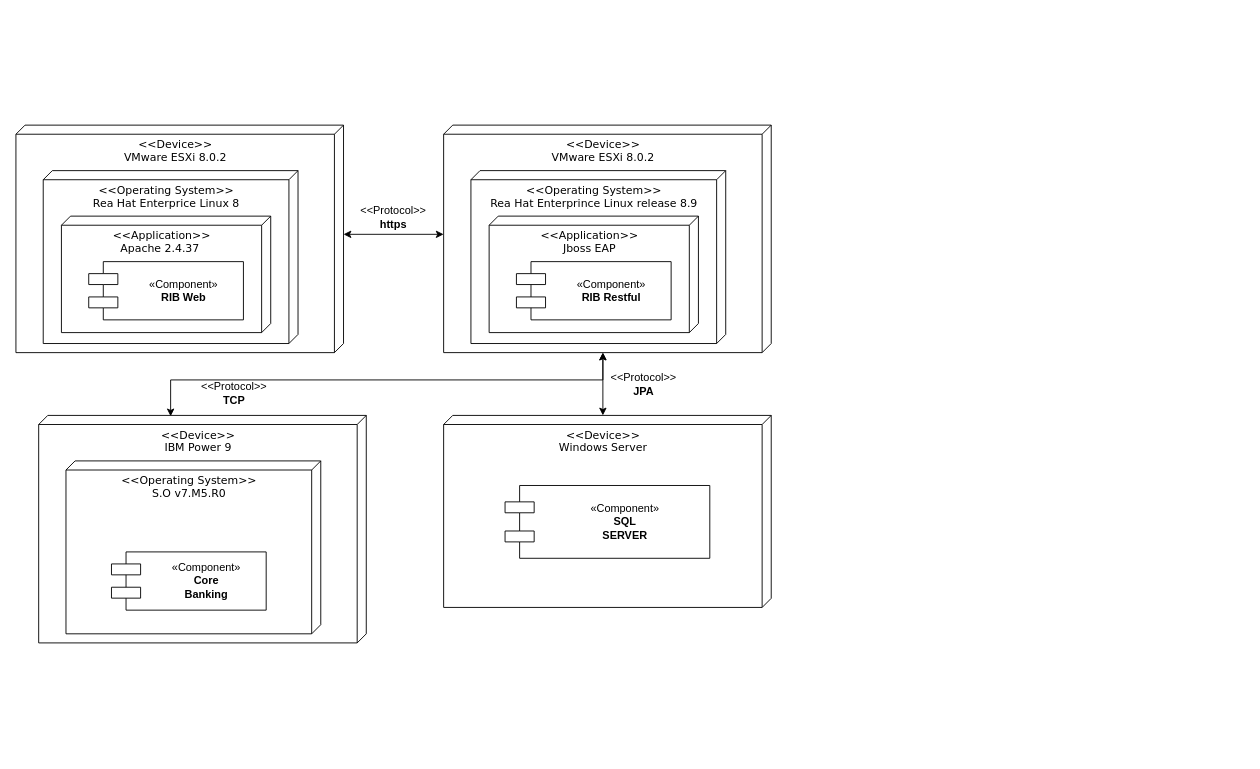
Above: DiagramaDespliegue.drawio in GonzaloDavid/diagramas (draw.io), before the change. Source tidied: cells renumbered, new cells numbered last; positions are measured from the earlier drawing's top-left corner, leaving out a move shared by most shapes. Both pictures are drawn from the tidied source at 91%, with x=0, y=0 at pixel (15, 125).
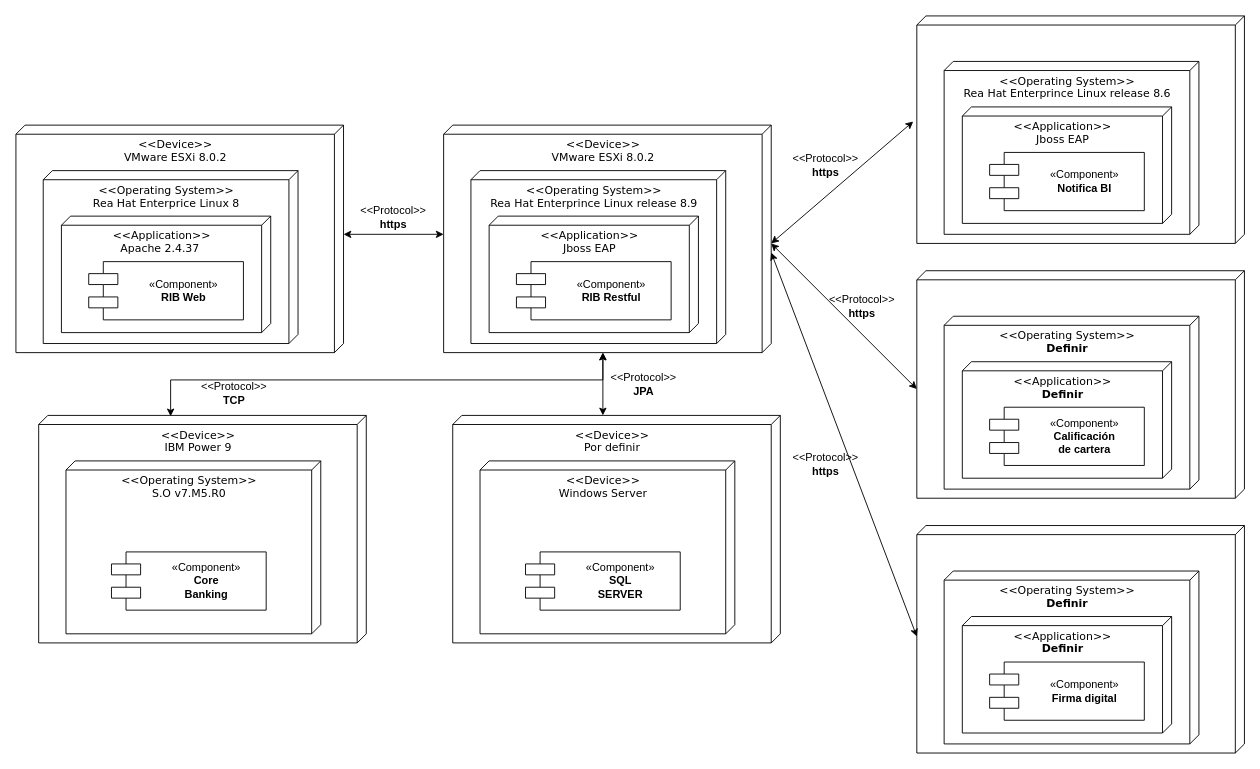
Above is the later version.

Unchanged cells that the change refers to:
```xml
<mxCell id="6" value="&amp;lt;&amp;lt;Device&amp;gt;&amp;gt;&lt;div&gt;VMware ESXi 8.0.2&lt;/div&gt;" style="verticalAlign=top;align=center;spacingTop=8;spacingLeft=2;spacingRight=12;shape=cube;size=10;direction=south;fontStyle=0;html=1;rounded=0;shadow=0;comic=0;labelBackgroundColor=none;strokeWidth=1;fontFamily=Verdana;fontSize=12;" parent="1" vertex="1">
  <mxGeometry x="470" width="360" height="250" as="geometry" />
</mxCell>
```

Diff of the diagram source:
```diff
@@
-    <mxCell id="10" value="&amp;lt;&amp;lt;Device&amp;gt;&amp;gt;&lt;div&gt;Windows Server&lt;/div&gt;" style="verticalAlign=top;align=center;spacingTop=8;spacingLeft=2;spacingRight=12;shape=cube;size=10;direction=south;fontStyle=0;html=1;rounded=0;shadow=0;comic=0;labelBackgroundColor=none;strokeWidth=1;fontFamily=Verdana;fontSize=12;" parent="1" vertex="1">
-      <mxGeometry x="470" y="319" width="360" height="211" as="geometry" />
-    </mxCell>
-    <mxCell id="11" value="&lt;div style=&quot;&quot;&gt;&lt;span style=&quot;font-family: Helvetica; text-wrap: wrap; background-color: initial;&quot;&gt;«Component»&lt;/span&gt;&lt;/div&gt;&lt;b style=&quot;font-family: Helvetica; text-wrap: wrap;&quot;&gt;&lt;div style=&quot;&quot;&gt;SQL SERVER&lt;/div&gt;&lt;/b&gt;" style="shape=component;align=center;spacingLeft=37;rounded=0;shadow=0;comic=0;labelBackgroundColor=none;strokeWidth=1;fontFamily=Verdana;fontSize=12;html=1;verticalAlign=middle;" parent="1" vertex="1">
-      <mxGeometry x="537.5" y="396" width="225" height="80" as="geometry" />
-    </mxCell>
@@
+    <mxCell id="21" value="&amp;lt;&amp;lt;Device&amp;gt;&amp;gt;&lt;div&gt;Por definir&lt;/div&gt;" style="verticalAlign=top;align=center;spacingTop=8;spacingLeft=2;spacingRight=12;shape=cube;size=10;direction=south;fontStyle=0;html=1;rounded=0;shadow=0;comic=0;labelBackgroundColor=none;strokeWidth=1;fontFamily=Verdana;fontSize=12;" parent="1" vertex="1">
+      <mxGeometry x="480" y="319" width="360" height="250" as="geometry" />
+    </mxCell>
+    <mxCell id="10" value="&amp;lt;&amp;lt;Device&amp;gt;&amp;gt;&lt;div&gt;Windows Server&lt;/div&gt;" style="verticalAlign=top;align=center;spacingTop=8;spacingLeft=2;spacingRight=12;shape=cube;size=10;direction=south;fontStyle=0;html=1;rounded=0;shadow=0;comic=0;labelBackgroundColor=none;strokeWidth=1;fontFamily=Verdana;fontSize=12;" parent="1" vertex="1">
+      <mxGeometry x="510" y="369" width="280" height="190" as="geometry" />
+    </mxCell>
+    <mxCell id="11" value="&lt;div style=&quot;&quot;&gt;&lt;div&gt;&lt;span style=&quot;font-family: Helvetica; text-wrap: wrap; background-color: initial;&quot;&gt;«Component»&lt;/span&gt;&lt;/div&gt;&lt;b style=&quot;text-wrap: wrap; font-family: Helvetica;&quot;&gt;SQL SERVER&lt;/b&gt;&lt;/div&gt;" style="shape=component;align=center;spacingLeft=37;rounded=0;shadow=0;comic=0;labelBackgroundColor=none;strokeWidth=1;fontFamily=Verdana;fontSize=12;html=1;verticalAlign=middle;" parent="1" vertex="1">
+      <mxGeometry x="560" y="469" width="170" height="64" as="geometry" />
+    </mxCell>
+    <mxCell id="22" style="verticalAlign=top;align=center;spacingTop=8;spacingLeft=2;spacingRight=12;shape=cube;size=10;direction=south;fontStyle=0;html=1;rounded=0;shadow=0;comic=0;labelBackgroundColor=none;strokeWidth=1;fontFamily=Verdana;fontSize=12;" parent="1" vertex="1">
+      <mxGeometry x="990" y="-120" width="360" height="250" as="geometry" />
+    </mxCell>
+    <mxCell id="23" value="&amp;lt;&amp;lt;Operating System&amp;gt;&amp;gt;&lt;div&gt;Rea Hat Enterprince Linux release 8.6&lt;/div&gt;" style="verticalAlign=top;align=center;spacingTop=8;spacingLeft=2;spacingRight=12;shape=cube;size=10;direction=south;fontStyle=0;html=1;rounded=0;shadow=0;comic=0;labelBackgroundColor=none;strokeWidth=1;fontFamily=Verdana;fontSize=12;" parent="1" vertex="1">
+      <mxGeometry x="1020" y="-70" width="280" height="190" as="geometry" />
+    </mxCell>
+    <mxCell id="24" value="&lt;div&gt;&amp;lt;&amp;lt;Application&amp;gt;&amp;gt;&lt;/div&gt;Jboss EAP" style="verticalAlign=top;align=center;spacingTop=8;spacingLeft=2;spacingRight=12;shape=cube;size=10;direction=south;fontStyle=0;html=1;rounded=0;shadow=0;comic=0;labelBackgroundColor=none;strokeWidth=1;fontFamily=Verdana;fontSize=12;" parent="1" vertex="1">
+      <mxGeometry x="1040" y="-20" width="230" height="128" as="geometry" />
+    </mxCell>
+    <mxCell id="25" value="&lt;div style=&quot;&quot;&gt;&lt;span style=&quot;font-family: Helvetica; text-wrap: wrap; background-color: initial;&quot;&gt;«Component»&lt;/span&gt;&lt;/div&gt;&lt;b style=&quot;font-family: Helvetica; text-wrap: wrap;&quot;&gt;&lt;div style=&quot;&quot;&gt;Notifica BI&lt;/div&gt;&lt;/b&gt;" style="shape=component;align=center;spacingLeft=37;rounded=0;shadow=0;comic=0;labelBackgroundColor=none;strokeWidth=1;fontFamily=Verdana;fontSize=12;html=1;verticalAlign=middle;" parent="1" vertex="1">
+      <mxGeometry x="1070" y="30" width="170" height="64" as="geometry" />
+    </mxCell>
+    <mxCell id="26" style="verticalAlign=top;align=center;spacingTop=8;spacingLeft=2;spacingRight=12;shape=cube;size=10;direction=south;fontStyle=0;html=1;rounded=0;shadow=0;comic=0;labelBackgroundColor=none;strokeWidth=1;fontFamily=Verdana;fontSize=12;" parent="1" vertex="1">
+      <mxGeometry x="990" y="160" width="360" height="250" as="geometry" />
+    </mxCell>
+    <mxCell id="27" value="&amp;lt;&amp;lt;Operating System&amp;gt;&amp;gt;&lt;div&gt;&lt;b&gt;Definir&lt;/b&gt;&lt;/div&gt;" style="verticalAlign=top;align=center;spacingTop=8;spacingLeft=2;spacingRight=12;shape=cube;size=10;direction=south;fontStyle=0;html=1;rounded=0;shadow=0;comic=0;labelBackgroundColor=none;strokeWidth=1;fontFamily=Verdana;fontSize=12;" parent="1" vertex="1">
+      <mxGeometry x="1020" y="210" width="280" height="190" as="geometry" />
+    </mxCell>
+    <mxCell id="28" value="&lt;div&gt;&amp;lt;&amp;lt;Application&amp;gt;&amp;gt;&lt;/div&gt;&lt;div&gt;&lt;b&gt;Definir&lt;/b&gt;&lt;/div&gt;" style="verticalAlign=top;align=center;spacingTop=8;spacingLeft=2;spacingRight=12;shape=cube;size=10;direction=south;fontStyle=0;html=1;rounded=0;shadow=0;comic=0;labelBackgroundColor=none;strokeWidth=1;fontFamily=Verdana;fontSize=12;" parent="1" vertex="1">
+      <mxGeometry x="1040" y="260" width="230" height="128" as="geometry" />
+    </mxCell>
+    <mxCell id="29" value="&lt;div style=&quot;&quot;&gt;&lt;span style=&quot;font-family: Helvetica; text-wrap: wrap; background-color: initial;&quot;&gt;«Component»&lt;/span&gt;&lt;/div&gt;&lt;b style=&quot;font-family: Helvetica; text-wrap: wrap;&quot;&gt;&lt;div style=&quot;&quot;&gt;Calificación de cartera&lt;/div&gt;&lt;/b&gt;" style="shape=component;align=center;spacingLeft=37;rounded=0;shadow=0;comic=0;labelBackgroundColor=none;strokeWidth=1;fontFamily=Verdana;fontSize=12;html=1;verticalAlign=middle;" parent="1" vertex="1">
+      <mxGeometry x="1070" y="310" width="170" height="64" as="geometry" />
+    </mxCell>
+    <mxCell id="30" style="verticalAlign=top;align=center;spacingTop=8;spacingLeft=2;spacingRight=12;shape=cube;size=10;direction=south;fontStyle=0;html=1;rounded=0;shadow=0;comic=0;labelBackgroundColor=none;strokeWidth=1;fontFamily=Verdana;fontSize=12;" parent="1" vertex="1">
+      <mxGeometry x="990" y="440" width="360" height="250" as="geometry" />
+    </mxCell>
+    <mxCell id="31" value="&amp;lt;&amp;lt;Operating System&amp;gt;&amp;gt;&lt;div&gt;&lt;b&gt;Definir&lt;/b&gt;&lt;/div&gt;" style="verticalAlign=top;align=center;spacingTop=8;spacingLeft=2;spacingRight=12;shape=cube;size=10;direction=south;fontStyle=0;html=1;rounded=0;shadow=0;comic=0;labelBackgroundColor=none;strokeWidth=1;fontFamily=Verdana;fontSize=12;" parent="1" vertex="1">
+      <mxGeometry x="1020" y="490" width="280" height="190" as="geometry" />
+    </mxCell>
+    <mxCell id="32" value="&lt;div&gt;&amp;lt;&amp;lt;Application&amp;gt;&amp;gt;&lt;/div&gt;&lt;div&gt;&lt;b&gt;Definir&lt;/b&gt;&lt;/div&gt;" style="verticalAlign=top;align=center;spacingTop=8;spacingLeft=2;spacingRight=12;shape=cube;size=10;direction=south;fontStyle=0;html=1;rounded=0;shadow=0;comic=0;labelBackgroundColor=none;strokeWidth=1;fontFamily=Verdana;fontSize=12;" parent="1" vertex="1">
+      <mxGeometry x="1040" y="540" width="230" height="128" as="geometry" />
+    </mxCell>
+    <mxCell id="33" value="&lt;div style=&quot;&quot;&gt;&lt;span style=&quot;font-family: Helvetica; text-wrap: wrap; background-color: initial;&quot;&gt;«Component»&lt;/span&gt;&lt;/div&gt;&lt;b style=&quot;font-family: Helvetica; text-wrap: wrap;&quot;&gt;&lt;div style=&quot;&quot;&gt;Firma digital&lt;/div&gt;&lt;/b&gt;" style="shape=component;align=center;spacingLeft=37;rounded=0;shadow=0;comic=0;labelBackgroundColor=none;strokeWidth=1;fontFamily=Verdana;fontSize=12;html=1;verticalAlign=middle;" parent="1" vertex="1">
+      <mxGeometry x="1070" y="590" width="170" height="64" as="geometry" />
+    </mxCell>
+    <mxCell id="34" style="endArrow=classic;startArrow=classic;html=1;rounded=0;exitX=0.52;exitY=0;exitDx=0;exitDy=0;exitPerimeter=0;entryX=0.464;entryY=1.011;entryDx=0;entryDy=0;entryPerimeter=0;" parent="1" edge="1" source="6" target="22">
+      <mxGeometry relative="1" as="geometry" />
+    </mxCell>
+    <mxCell id="35" style="endArrow=classic;startArrow=classic;html=1;rounded=0;entryX=0;entryY=0;entryDx=130;entryDy=360;entryPerimeter=0;" parent="1" edge="1" target="26">
+      <mxGeometry relative="1" as="geometry">
+        <mxPoint x="830" y="130" as="sourcePoint" />
+      </mxGeometry>
+    </mxCell>
+    <mxCell id="36" style="endArrow=classic;startArrow=classic;html=1;rounded=0;entryX=0.488;entryY=1;entryDx=0;entryDy=0;entryPerimeter=0;" parent="1" edge="1" target="30">
+      <mxGeometry relative="1" as="geometry">
+        <mxPoint x="830" y="140" as="sourcePoint" />
+      </mxGeometry>
+    </mxCell>
+    <mxCell id="37" value="&amp;lt;&amp;lt;Protocol&amp;gt;&amp;gt;&lt;div&gt;&lt;b&gt;https&lt;/b&gt;&lt;/div&gt;" style="text;html=1;align=center;verticalAlign=middle;whiteSpace=wrap;rounded=0;" parent="1" vertex="1">
+      <mxGeometry x="860" y="29" width="60" height="30" as="geometry" />
+    </mxCell>
+    <mxCell id="38" value="&amp;lt;&amp;lt;Protocol&amp;gt;&amp;gt;&lt;div&gt;&lt;b&gt;https&lt;/b&gt;&lt;/div&gt;" style="text;html=1;align=center;verticalAlign=middle;whiteSpace=wrap;rounded=0;" parent="1" vertex="1">
+      <mxGeometry x="900" y="184" width="60" height="30" as="geometry" />
+    </mxCell>
+    <mxCell id="39" value="&amp;lt;&amp;lt;Protocol&amp;gt;&amp;gt;&lt;div&gt;&lt;b&gt;https&lt;/b&gt;&lt;/div&gt;" style="text;html=1;align=center;verticalAlign=middle;whiteSpace=wrap;rounded=0;" parent="1" vertex="1">
+      <mxGeometry x="860" y="358" width="60" height="30" as="geometry" />
+    </mxCell>
```
